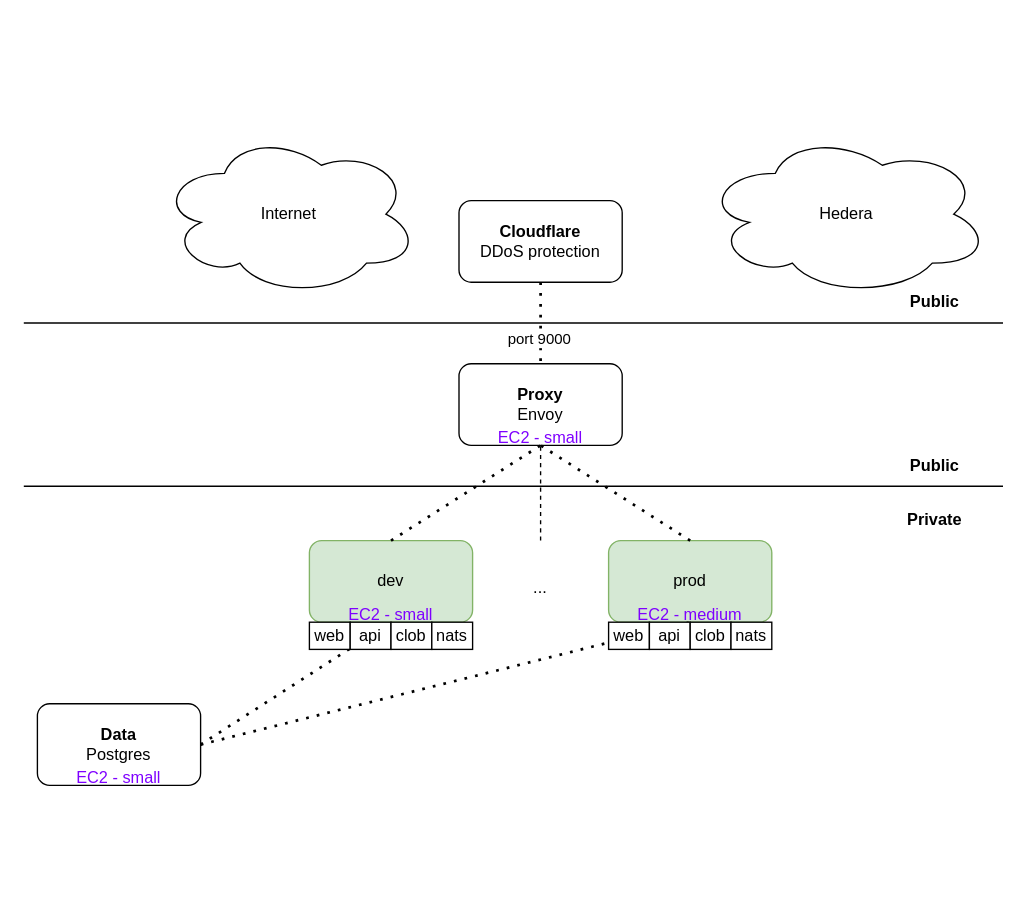
The draw.io diagram resources/Predict.drawio in Amplified-Information/testing, before the edit. Source tidied: cells renumbered, new cells numbered last; positions are measured from the earlier drawing's top-left corner, leaving out a move shared by most shapes. Both pictures are drawn from the tidied source at 136%, with x=0, y=0 at pixel (23, 132).
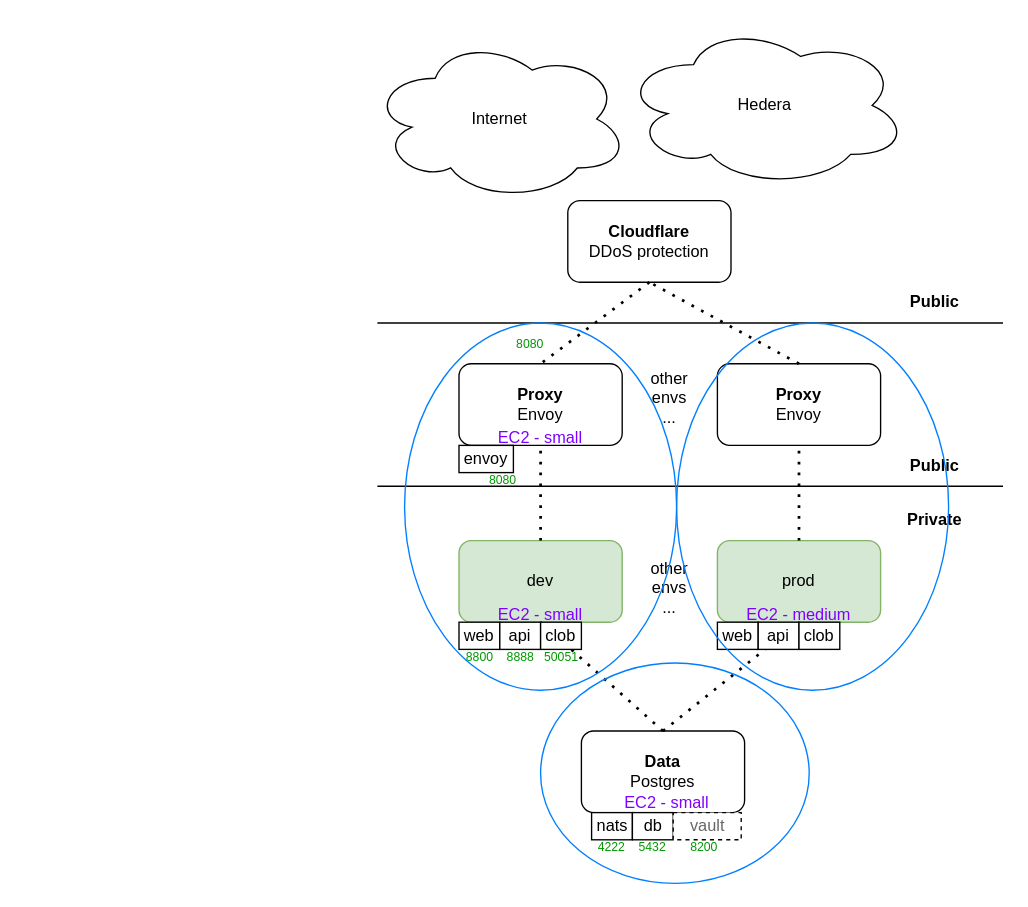
Above is the later version.

Unchanged cells that the change refers to:
```xml
<mxCell id="2" value="&lt;b&gt;Proxy&lt;/b&gt;&lt;br&gt;Envoy" style="rounded=1;whiteSpace=wrap;html=1;" parent="1" vertex="1">
  <mxGeometry x="320" y="170" width="120" height="60" as="geometry" />
</mxCell>
<mxCell id="16" style="endArrow=none;dashed=1;html=1;dashPattern=1 3;strokeWidth=2;rounded=0;exitX=0.5;exitY=1;exitDx=0;exitDy=0;entryX=0.5;entryY=0;entryDx=0;entryDy=0;" parent="1" edge="1" source="15" target="2">
  <mxGeometry relative="1" as="geometry" />
</mxCell>
```

Change to the diagram source:
```diff
@@
     <mxCell id="3" value="&lt;b&gt;Data&lt;/b&gt;&lt;div&gt;Postgres&lt;/div&gt;" style="rounded=1;whiteSpace=wrap;html=1;" parent="1" vertex="1">
-      <mxGeometry x="10" y="420" width="120" height="60" as="geometry" />
+      <mxGeometry x="410" y="440" width="120" height="60" as="geometry" />
     </mxCell>
     <mxCell id="4" value="dev" style="rounded=1;whiteSpace=wrap;html=1;fillColor=#d5e8d4;strokeColor=#82b366;" parent="1" vertex="1">
-      <mxGeometry x="210" y="300" width="120" height="60" as="geometry" />
+      <mxGeometry x="320" y="300" width="120" height="60" as="geometry" />
     </mxCell>
     <mxCell id="5" value="prod" style="rounded=1;whiteSpace=wrap;html=1;fillColor=#d5e8d4;strokeColor=#82b366;" parent="1" vertex="1">
-      <mxGeometry x="430" y="300" width="120" height="60" as="geometry" />
+      <mxGeometry x="510" y="300" width="120" height="60" as="geometry" />
     </mxCell>
-    <mxCell id="6" value="..." style="text;html=1;align=center;verticalAlign=middle;whiteSpace=wrap;rounded=0;" parent="1" vertex="1">
-      <mxGeometry x="350" y="320" width="60" height="30" as="geometry" />
+    <mxCell id="6" value="other&lt;div&gt;envs&lt;/div&gt;&lt;div&gt;...&lt;/div&gt;" style="text;html=1;align=center;verticalAlign=middle;whiteSpace=wrap;rounded=0;" parent="1" vertex="1">
+      <mxGeometry x="445" y="320" width="60" height="30" as="geometry" />
     </mxCell>
-    <mxCell id="7" style="endArrow=none;dashed=1;html=1;dashPattern=1 3;strokeWidth=2;rounded=0;exitX=1;exitY=0.5;exitDx=0;exitDy=0;entryX=0.5;entryY=1;entryDx=0;entryDy=0;" parent="1" edge="1" source="3" target="5">
+    <mxCell id="7" style="endArrow=none;dashed=1;html=1;dashPattern=1 3;strokeWidth=2;rounded=0;exitX=0.5;exitY=0;exitDx=0;exitDy=0;entryX=0.5;entryY=1;entryDx=0;entryDy=0;" parent="1" edge="1" source="3" target="5">
       <mxGeometry relative="1" as="geometry" />
     </mxCell>
-    <mxCell id="8" style="endArrow=none;dashed=1;html=1;dashPattern=1 3;strokeWidth=2;rounded=0;exitX=1;exitY=0.5;exitDx=0;exitDy=0;entryX=0.5;entryY=1;entryDx=0;entryDy=0;" parent="1" edge="1" source="3" target="4">
+    <mxCell id="8" style="endArrow=none;dashed=1;html=1;dashPattern=1 3;strokeWidth=2;rounded=0;exitX=0.5;exitY=0;exitDx=0;exitDy=0;entryX=0.5;entryY=1;entryDx=0;entryDy=0;" parent="1" edge="1" source="3" target="4">
       <mxGeometry relative="1" as="geometry" />
     </mxCell>
@@
-    <mxCell id="10" style="endArrow=none;dashed=1;html=1;dashPattern=1 3;strokeWidth=2;rounded=0;exitX=0.5;exitY=0;exitDx=0;exitDy=0;" parent="1" edge="1" source="5">
-      <mxGeometry relative="1" as="geometry">
-        <mxPoint x="380" y="230" as="targetPoint" />
-      </mxGeometry>
+    <mxCell id="10" style="endArrow=none;dashed=1;html=1;dashPattern=1 3;strokeWidth=2;rounded=0;exitX=0.5;exitY=0;exitDx=0;exitDy=0;entryX=0.5;entryY=1;entryDx=0;entryDy=0;" parent="1" edge="1" source="5" target="45">
+      <mxGeometry relative="1" as="geometry" />
     </mxCell>
-    <mxCell id="11" style="endArrow=none;dashed=1;html=1;rounded=0;entryX=0.5;entryY=1;entryDx=0;entryDy=0;" parent="1" edge="1" target="2">
-      <mxGeometry relative="1" as="geometry">
-        <mxPoint x="380" y="300" as="sourcePoint" />
-      </mxGeometry>
-    </mxCell>
     <mxCell id="12" style="endArrow=none;html=1;rounded=0;" parent="1" edge="1">
       <mxGeometry relative="1" as="geometry">
-        <mxPoint y="260" as="sourcePoint" />
+        <mxPoint x="260" y="260" as="sourcePoint" />
         <mxPoint x="720" y="260" as="targetPoint" />
       </mxGeometry>
     </mxCell>
@@
     <mxCell id="15" value="&lt;b&gt;Cloudflare&lt;/b&gt;&lt;br&gt;DDoS protection" style="rounded=1;whiteSpace=wrap;html=1;" parent="1" vertex="1">
-      <mxGeometry x="320" y="50" width="120" height="60" as="geometry" />
+      <mxGeometry x="400" y="50" width="120" height="60" as="geometry" />
     </mxCell>
@@
-    <mxCell id="17" value="port 9000" style="edgeLabel;html=1;align=center;verticalAlign=middle;" parent="16" vertex="1">
-      <mxGeometry x="0.35" y="-2" relative="1" as="geometry" />
-    </mxCell>
     <mxCell id="18" value="&lt;font style=&quot;color: rgb(127, 0, 255);&quot;&gt;EC2 - small&lt;/font&gt;" style="text;html=1;align=center;verticalAlign=middle;whiteSpace=wrap;rounded=0;" parent="1" vertex="1">
-      <mxGeometry x="20" y="460" width="100" height="30" as="geometry" />
+      <mxGeometry x="422.5" y="478" width="100" height="30" as="geometry" />
     </mxCell>
     <mxCell id="19" value="&lt;font style=&quot;color: rgb(127, 0, 255);&quot;&gt;EC2 - small&lt;/font&gt;" style="text;html=1;align=center;verticalAlign=middle;whiteSpace=wrap;rounded=0;" parent="1" vertex="1">
-      <mxGeometry x="220" y="340" width="100" height="30" as="geometry" />
+      <mxGeometry x="330" y="340" width="100" height="30" as="geometry" />
     </mxCell>
     <mxCell id="20" value="&lt;font style=&quot;color: rgb(127, 0, 255);&quot;&gt;EC2 - medium&lt;/font&gt;" style="text;html=1;align=center;verticalAlign=middle;whiteSpace=wrap;rounded=0;" parent="1" vertex="1">
-      <mxGeometry x="440" y="340" width="100" height="30" as="geometry" />
+      <mxGeometry x="520" y="340" width="100" height="30" as="geometry" />
     </mxCell>
@@
     <mxCell id="22" style="endArrow=none;html=1;rounded=0;" parent="1" edge="1">
       <mxGeometry relative="1" as="geometry">
-        <mxPoint y="140" as="sourcePoint" />
+        <mxPoint x="260" y="140" as="sourcePoint" />
         <mxPoint x="720" y="140" as="targetPoint" />
       </mxGeometry>
     </mxCell>
@@
     <mxCell id="24" value="web" style="rounded=0;whiteSpace=wrap;html=1;" parent="1" vertex="1">
-      <mxGeometry x="210" y="360" width="30" height="20" as="geometry" />
+      <mxGeometry x="320" y="360" width="30" height="20" as="geometry" />
     </mxCell>
     <mxCell id="25" value="api" style="rounded=0;whiteSpace=wrap;html=1;" parent="1" vertex="1">
-      <mxGeometry x="240" y="360" width="30" height="20" as="geometry" />
+      <mxGeometry x="350" y="360" width="30" height="20" as="geometry" />
     </mxCell>
     <mxCell id="26" value="clob" style="rounded=0;whiteSpace=wrap;html=1;" parent="1" vertex="1">
-      <mxGeometry x="270" y="360" width="30" height="20" as="geometry" />
+      <mxGeometry x="380" y="360" width="30" height="20" as="geometry" />
     </mxCell>
     <mxCell id="27" value="nats" style="rounded=0;whiteSpace=wrap;html=1;" parent="1" vertex="1">
-      <mxGeometry x="300" y="360" width="30" height="20" as="geometry" />
+      <mxGeometry x="417.5" y="500" width="30" height="20" as="geometry" />
     </mxCell>
     <mxCell id="28" value="Hedera" style="ellipse;shape=cloud;whiteSpace=wrap;html=1;" parent="1" vertex="1">
-      <mxGeometry x="500" width="210" height="120" as="geometry" />
+      <mxGeometry x="440" y="-80" width="210" height="120" as="geometry" />
     </mxCell>
     <mxCell id="29" value="Internet" style="ellipse;shape=cloud;whiteSpace=wrap;html=1;" parent="1" vertex="1">
-      <mxGeometry x="100" width="190" height="120" as="geometry" />
+      <mxGeometry x="255" y="-70" width="190" height="120" as="geometry" />
     </mxCell>
     <mxCell id="30" value="web" style="rounded=0;whiteSpace=wrap;html=1;" parent="1" vertex="1">
-      <mxGeometry x="430" y="360" width="30" height="20" as="geometry" />
+      <mxGeometry x="510" y="360" width="30" height="20" as="geometry" />
     </mxCell>
     <mxCell id="31" value="api" style="rounded=0;whiteSpace=wrap;html=1;" parent="1" vertex="1">
-      <mxGeometry x="460" y="360" width="30" height="20" as="geometry" />
+      <mxGeometry x="540" y="360" width="30" height="20" as="geometry" />
     </mxCell>
     <mxCell id="32" value="clob" style="rounded=0;whiteSpace=wrap;html=1;" parent="1" vertex="1">
-      <mxGeometry x="490" y="360" width="30" height="20" as="geometry" />
+      <mxGeometry x="570" y="360" width="30" height="20" as="geometry" />
     </mxCell>
-    <mxCell id="33" value="nats" style="rounded=0;whiteSpace=wrap;html=1;" parent="1" vertex="1">
-      <mxGeometry x="520" y="360" width="30" height="20" as="geometry" />
-    </mxCell>
+    <mxCell id="34" value="db" style="rounded=0;whiteSpace=wrap;html=1;" parent="1" vertex="1">
+      <mxGeometry x="447.5" y="500" width="30" height="20" as="geometry" />
+    </mxCell>
+    <mxCell id="35" value="&lt;font style=&quot;color: rgb(102, 102, 102);&quot;&gt;vault&lt;/font&gt;" style="rounded=0;whiteSpace=wrap;html=1;dashed=1;" parent="1" vertex="1">
+      <mxGeometry x="477.5" y="500" width="50" height="20" as="geometry" />
+    </mxCell>
+    <mxCell id="36" value="envoy" style="rounded=0;whiteSpace=wrap;html=1;" parent="1" vertex="1">
+      <mxGeometry x="320" y="230" width="40" height="20" as="geometry" />
+    </mxCell>
+    <mxCell id="37" value="&lt;font style=&quot;color: rgb(0, 153, 0); font-size: 9px;&quot;&gt;8888&lt;/font&gt;" style="text;html=1;whiteSpace=wrap;strokeColor=none;fillColor=none;align=center;verticalAlign=middle;rounded=0;" parent="1" vertex="1">
+      <mxGeometry x="342.5" y="380" width="45" height="10" as="geometry" />
+    </mxCell>
+    <mxCell id="38" value="&lt;font style=&quot;color: rgb(0, 153, 0); font-size: 9px;&quot;&gt;50051&lt;/font&gt;" style="text;html=1;whiteSpace=wrap;strokeColor=none;fillColor=none;align=center;verticalAlign=middle;rounded=0;" parent="1" vertex="1">
+      <mxGeometry x="372.5" y="380" width="45" height="10" as="geometry" />
+    </mxCell>
+    <mxCell id="39" value="&lt;font style=&quot;color: rgb(0, 153, 0); font-size: 9px;&quot;&gt;8800&lt;/font&gt;" style="text;html=1;whiteSpace=wrap;strokeColor=none;fillColor=none;align=center;verticalAlign=middle;rounded=0;" parent="1" vertex="1">
+      <mxGeometry x="312.5" y="380" width="45" height="10" as="geometry" />
+    </mxCell>
+    <mxCell id="40" value="&lt;font style=&quot;color: rgb(0, 153, 0); font-size: 9px;&quot;&gt;4222&lt;/font&gt;" style="text;html=1;whiteSpace=wrap;strokeColor=none;fillColor=none;align=center;verticalAlign=middle;rounded=0;" parent="1" vertex="1">
+      <mxGeometry x="410" y="520" width="45" height="10" as="geometry" />
+    </mxCell>
+    <mxCell id="41" value="&lt;font style=&quot;color: rgb(0, 153, 0); font-size: 9px;&quot;&gt;5432&lt;/font&gt;" style="text;html=1;whiteSpace=wrap;strokeColor=none;fillColor=none;align=center;verticalAlign=middle;rounded=0;" parent="1" vertex="1">
+      <mxGeometry x="440" y="520" width="45" height="10" as="geometry" />
+    </mxCell>
+    <mxCell id="42" value="&lt;font style=&quot;color: rgb(0, 153, 0); font-size: 9px;&quot;&gt;8200&lt;/font&gt;" style="text;html=1;whiteSpace=wrap;strokeColor=none;fillColor=none;align=center;verticalAlign=middle;rounded=0;" parent="1" vertex="1">
+      <mxGeometry x="477.5" y="520" width="45" height="10" as="geometry" />
+    </mxCell>
+    <mxCell id="43" value="&lt;font style=&quot;color: rgb(0, 153, 0); font-size: 9px;&quot;&gt;8080&lt;/font&gt;" style="text;html=1;whiteSpace=wrap;strokeColor=none;fillColor=none;align=center;verticalAlign=middle;rounded=0;" parent="1" vertex="1">
+      <mxGeometry x="350" y="150" width="45" height="10" as="geometry" />
+    </mxCell>
+    <mxCell id="44" value="&lt;font style=&quot;color: rgb(0, 153, 0); font-size: 9px;&quot;&gt;8080&lt;/font&gt;" style="text;html=1;whiteSpace=wrap;strokeColor=none;fillColor=none;align=center;verticalAlign=middle;rounded=0;" parent="1" vertex="1">
+      <mxGeometry x="330" y="250" width="45" height="10" as="geometry" />
+    </mxCell>
+    <mxCell id="45" value="&lt;b&gt;Proxy&lt;/b&gt;&lt;br&gt;Envoy" style="rounded=1;whiteSpace=wrap;html=1;" parent="1" vertex="1">
+      <mxGeometry x="510" y="170" width="120" height="60" as="geometry" />
+    </mxCell>
+    <mxCell id="46" value="other&lt;div&gt;envs&lt;/div&gt;&lt;div&gt;...&lt;/div&gt;" style="text;html=1;align=center;verticalAlign=middle;whiteSpace=wrap;rounded=0;" parent="1" vertex="1">
+      <mxGeometry x="445" y="180" width="60" height="30" as="geometry" />
+    </mxCell>
+    <mxCell id="47" style="endArrow=none;dashed=1;html=1;dashPattern=1 3;strokeWidth=2;rounded=0;exitX=0.5;exitY=0;exitDx=0;exitDy=0;entryX=0.5;entryY=1;entryDx=0;entryDy=0;" parent="1" edge="1" source="45" target="15">
+      <mxGeometry relative="1" as="geometry" />
+    </mxCell>
+    <mxCell id="48" style="ellipse;whiteSpace=wrap;html=1;fillColor=none;strokeColor=#007FFF;" parent="1" vertex="1">
+      <mxGeometry x="280" y="140" width="200" height="270" as="geometry" />
+    </mxCell>
+    <mxCell id="49" style="ellipse;whiteSpace=wrap;html=1;fillColor=none;strokeColor=#007FFF;" parent="1" vertex="1">
+      <mxGeometry x="480" y="140" width="200" height="270" as="geometry" />
+    </mxCell>
+    <mxCell id="50" style="ellipse;whiteSpace=wrap;html=1;fillColor=none;strokeColor=#007FFF;" parent="1" vertex="1">
+      <mxGeometry x="380" y="390" width="197.5" height="162" as="geometry" />
+    </mxCell>
```
